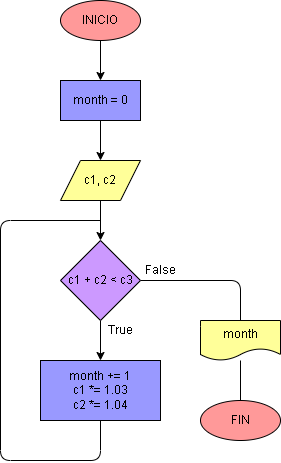
The draw.io diagram 35.inversion_para_negocio/diagrama.png in CartillaFundamentos/instrucciones_repetitivas, before a commit. Source tidied: cells renumbered, new cells last; positions are measured from the earlier drawing's top-left corner, leaving out a move shared by most shapes.
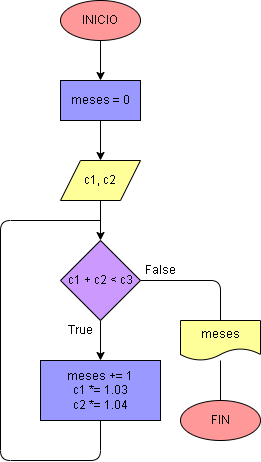
Above is the later version.

Diff of the diagram source:
```diff
@@ -11,7 +11,7 @@
     <mxCell id="4" style="edgeStyle=none;html=1;strokeColor=#000000;fontColor=#000000;" parent="1" edge="1" source="5" target="7">
       <mxGeometry relative="1" as="geometry" />
     </mxCell>
-    <mxCell id="5" value="month = 0" style="whiteSpace=wrap;html=1;strokeColor=#000000;fontColor=#000000;fillColor=#9999FF;" parent="1" vertex="1">
+    <mxCell id="5" value="meses = 0" style="whiteSpace=wrap;html=1;strokeColor=#000000;fontColor=#000000;fillColor=#9999FF;" parent="1" vertex="1">
       <mxGeometry x="60" y="80" width="80" height="40" as="geometry" />
     </mxCell>
     <mxCell id="6" style="edgeStyle=none;html=1;strokeColor=#000000;fontColor=#000000;" parent="1" edge="1" source="7" target="10">
@@ -26,7 +26,7 @@
     <mxCell id="9" style="edgeStyle=none;html=1;endArrow=none;endFill=0;strokeColor=#000000;fontColor=#000000;" parent="1" edge="1" source="10" target="14">
       <mxGeometry relative="1" as="geometry">
         <Array as="points">
-          <mxPoint x="240" y="280" />
+          <mxPoint x="220" y="280" />
         </Array>
       </mxGeometry>
     </mxCell>
@@ -43,23 +43,23 @@
         </Array>
       </mxGeometry>
     </mxCell>
-    <mxCell id="12" value="month += 1&lt;br&gt;c1 *= 1.03&lt;br&gt;c2 *= 1.04" style="whiteSpace=wrap;html=1;strokeColor=#000000;fontColor=#000000;fillColor=#9999FF;" parent="1" vertex="1">
+    <mxCell id="12" value="meses += 1&lt;br&gt;c1 *= 1.03&lt;br&gt;c2 *= 1.04" style="whiteSpace=wrap;html=1;strokeColor=#000000;fontColor=#000000;fillColor=#9999FF;" parent="1" vertex="1">
       <mxGeometry x="40" y="360" width="120" height="60" as="geometry" />
     </mxCell>
     <mxCell id="13" style="edgeStyle=none;html=1;endArrow=none;endFill=0;strokeColor=#000000;fontColor=#000000;" parent="1" edge="1" source="14" target="15">
       <mxGeometry relative="1" as="geometry" />
     </mxCell>
-    <mxCell id="14" value="month" style="shape=document;whiteSpace=wrap;html=1;boundedLbl=1;strokeColor=#000000;fontColor=#000000;fillColor=#FFFF99;" parent="1" vertex="1">
-      <mxGeometry x="200" y="320" width="80" height="40" as="geometry" />
+    <mxCell id="14" value="meses" style="shape=document;whiteSpace=wrap;html=1;boundedLbl=1;strokeColor=#000000;fontColor=#000000;fillColor=#FFFF99;" parent="1" vertex="1">
+      <mxGeometry x="180" y="320" width="80" height="40" as="geometry" />
     </mxCell>
     <mxCell id="15" value="FIN" style="ellipse;whiteSpace=wrap;html=1;strokeColor=#000000;fontColor=#000000;fillColor=#FF9999;" parent="1" vertex="1">
-      <mxGeometry x="200" y="400" width="80" height="40" as="geometry" />
+      <mxGeometry x="180" y="400" width="80" height="40" as="geometry" />
     </mxCell>
     <mxCell id="16" value="False" style="text;html=1;align=center;verticalAlign=middle;strokeColor=none;fillColor=none;fontColor=#000000;" parent="1" vertex="1">
       <mxGeometry x="135" y="260" width="50" height="20" as="geometry" />
     </mxCell>
     <mxCell id="17" value="True" style="text;html=1;align=center;verticalAlign=middle;strokeColor=none;fillColor=none;fontColor=#000000;" parent="1" vertex="1">
-      <mxGeometry x="100" y="320" width="40" height="20" as="geometry" />
+      <mxGeometry x="60" y="320" width="40" height="20" as="geometry" />
     </mxCell>
   </root>
 </mxGraphModel>
```
